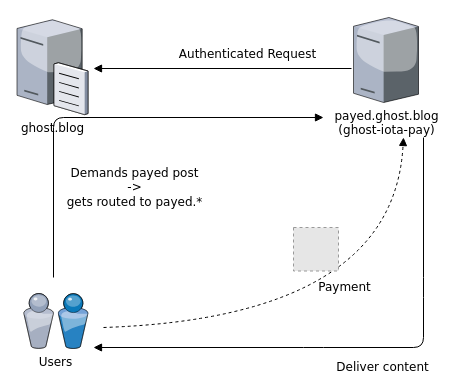
Above: flowchart.drawio in F-Node-Karlsruhe/ghost-iota-pay (draw.io), before the change. Source tidied: cells renumbered, new cells numbered last; positions are measured from the earlier drawing's top-left corner, leaving out a move shared by most shapes. Both pictures are drawn from the tidied source at 100%, with x=0, y=0 at pixel (17, 17). Pictures stored in the file or linked from it are replaced by grey dashed boxes.
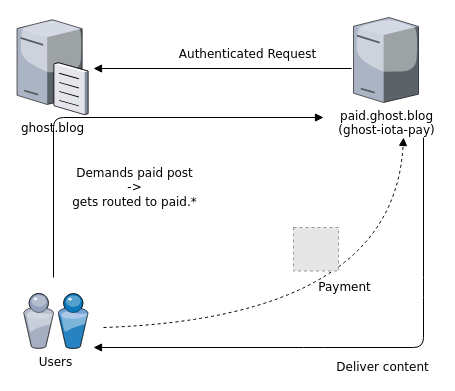
After the change.

Commit message (it also covers changes not shown here):
fix typos in flowchart

Change to the diagram source:
```diff
@@
 <mxGraphModel>
   <root>
     <mxCell id="0" />
     <mxCell id="1" parent="0" />
     <mxCell id="2" value="ghost.blog" style="verticalLabelPosition=bottom;html=1;verticalAlign=top;strokeColor=none;shape=mxgraph.citrix.file_server;rounded=0;shadow=0;comic=0;fontFamily=Verdana;" parent="1" vertex="1">
       <mxGeometry x="-0.5" width="71" height="97" as="geometry" />
     </mxCell>
     <mxCell id="3" value="Users" style="verticalLabelPosition=bottom;html=1;verticalAlign=top;strokeColor=none;shape=mxgraph.citrix.users;rounded=0;shadow=0;comic=0;fontFamily=Verdana;" parent="1" vertex="1">
       <mxGeometry x="6" y="276" width="64.5" height="55" as="geometry" />
     </mxCell>
-    <mxCell id="4" value="&lt;div&gt;payed.ghost.blog&lt;/div&gt;&lt;div&gt;(ghost-iota-pay)&lt;br&gt;&lt;/div&gt;" style="verticalLabelPosition=bottom;html=1;verticalAlign=top;strokeColor=none;shape=mxgraph.citrix.tower_server;rounded=0;shadow=0;comic=0;fontFamily=Verdana;" parent="1" vertex="1">
+    <mxCell id="4" value="&lt;div&gt;paid.ghost.blog&lt;/div&gt;&lt;div&gt;(ghost-iota-pay)&lt;br&gt;&lt;/div&gt;" style="verticalLabelPosition=bottom;html=1;verticalAlign=top;strokeColor=none;shape=mxgraph.citrix.tower_server;rounded=0;shadow=0;comic=0;fontFamily=Verdana;" parent="1" vertex="1">
       <mxGeometry x="336" width="65" height="85" as="geometry" />
     </mxCell>
     <mxCell id="5" value="Authenticated Request" style="edgeStyle=none;rounded=0;html=1;labelBackgroundColor=none;startArrow=none;startFill=0;endArrow=block;endFill=1;strokeWidth=1;fontFamily=Verdana;fontSize=12;exitX=-0.031;exitY=0.6;exitDx=0;exitDy=0;exitPerimeter=0;" parent="1" edge="1" source="4">
       <mxGeometry x="-0.19" y="-14" relative="1" as="geometry">
         <mxPoint x="76" y="51" as="targetPoint" />
       </mxGeometry>
     </mxCell>
     <mxCell id="6" value="Payment" style="edgeStyle=none;html=1;labelBackgroundColor=none;startFill=0;endArrow=block;endFill=1;strokeWidth=1;fontFamily=Verdana;fontSize=12;curved=1;shadow=0;dashed=1;" parent="1" edge="1">
       <mxGeometry x="0.03" y="32" relative="1" as="geometry">
         <mxPoint x="86" y="310" as="sourcePoint" />
         <mxPoint x="386" y="120" as="targetPoint" />
         <Array as="points">
           <mxPoint x="376" y="300" />
         </Array>
       </mxGeometry>
     </mxCell>
-    <mxCell id="7" value="Demands payed post&lt;br&gt;-&amp;gt;&lt;br&gt;gets routed to payed.*" style="edgeStyle=none;html=1;labelBackgroundColor=none;startFill=0;endArrow=block;endFill=1;strokeWidth=1;fontFamily=Verdana;fontSize=12;rounded=1;" parent="1" edge="1">
+    <mxCell id="7" value="Demands paid post&lt;br&gt;-&amp;gt;&lt;br&gt;gets routed to paid.*" style="edgeStyle=none;html=1;labelBackgroundColor=none;startFill=0;endArrow=block;endFill=1;strokeWidth=1;fontFamily=Verdana;fontSize=12;rounded=1;" parent="1" edge="1">
       <mxGeometry x="0.12" y="-70" relative="1" as="geometry">
         <mxPoint x="36" y="260" as="sourcePoint" />
         <mxPoint x="306" y="100" as="targetPoint" />
         <Array as="points">
           <mxPoint x="36" y="100" />
         </Array>
       </mxGeometry>
     </mxCell>
     <mxCell id="8" style="fillColor=#E6E6E6;strokeColor=#999999;dashed=1;verticalLabelPosition=bottom;verticalAlign=top;" parent="1" vertex="1">
       <mxGeometry x="276" y="210" width="45" height="43.5" as="geometry" />
     </mxCell>
     <mxCell id="9" value="Deliver content" style="edgeStyle=none;html=1;labelBackgroundColor=none;startFill=0;endArrow=block;endFill=1;strokeWidth=1;fontFamily=Verdana;fontSize=12;rounded=1;" parent="1" edge="1">
       <mxGeometry x="-0.07" y="20" relative="1" as="geometry">
         <mxPoint x="406" y="120" as="sourcePoint" />
         <mxPoint x="76" y="330" as="targetPoint" />
         <Array as="points">
           <mxPoint x="406" y="270" />
           <mxPoint x="406" y="330" />
           <mxPoint x="296" y="330" />
         </Array>
       </mxGeometry>
     </mxCell>
   </root>
 </mxGraphModel>
```
